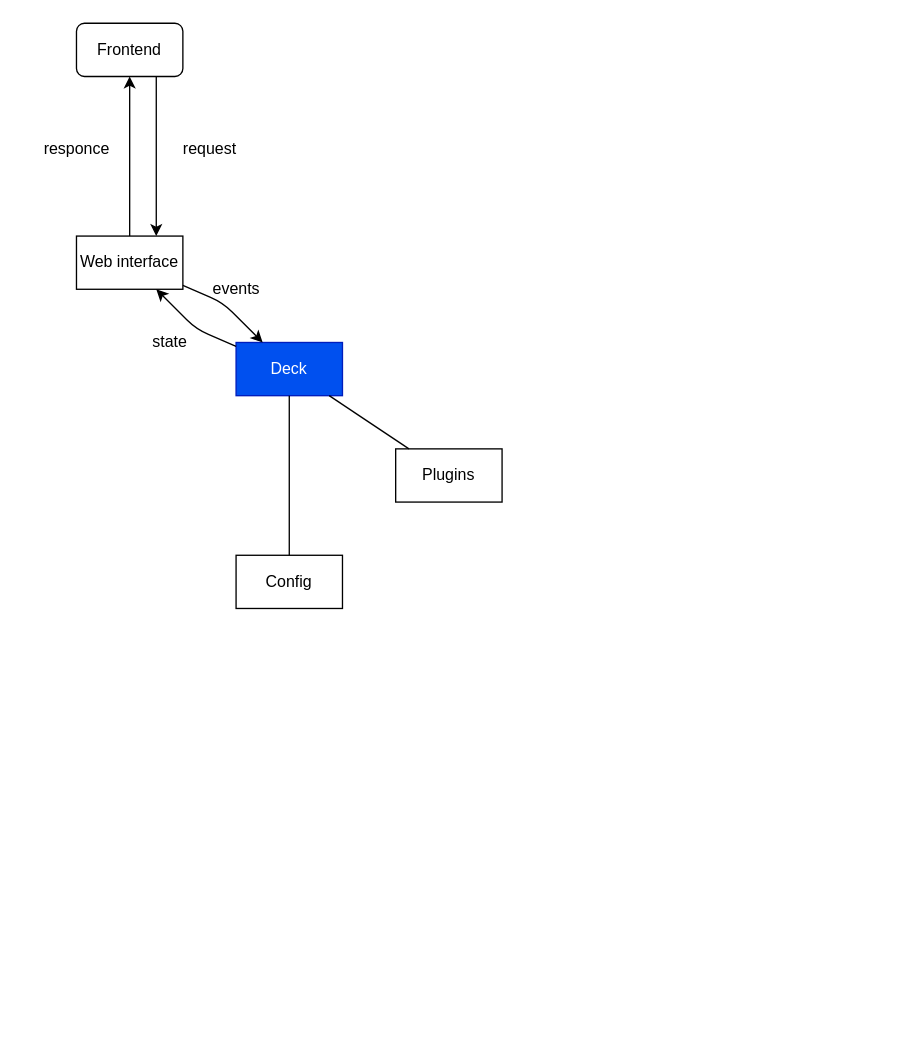
This is docs/scheme.drawio from Virashu/PyDeck, a draw.io file, before an edit. Source tidied: cells renumbered, new cells numbered last; positions are measured from the earlier drawing's top-left corner, leaving out a move shared by most shapes. Both pictures are drawn from the tidied source at 133%, with x=0, y=0 at pixel (29, 23).
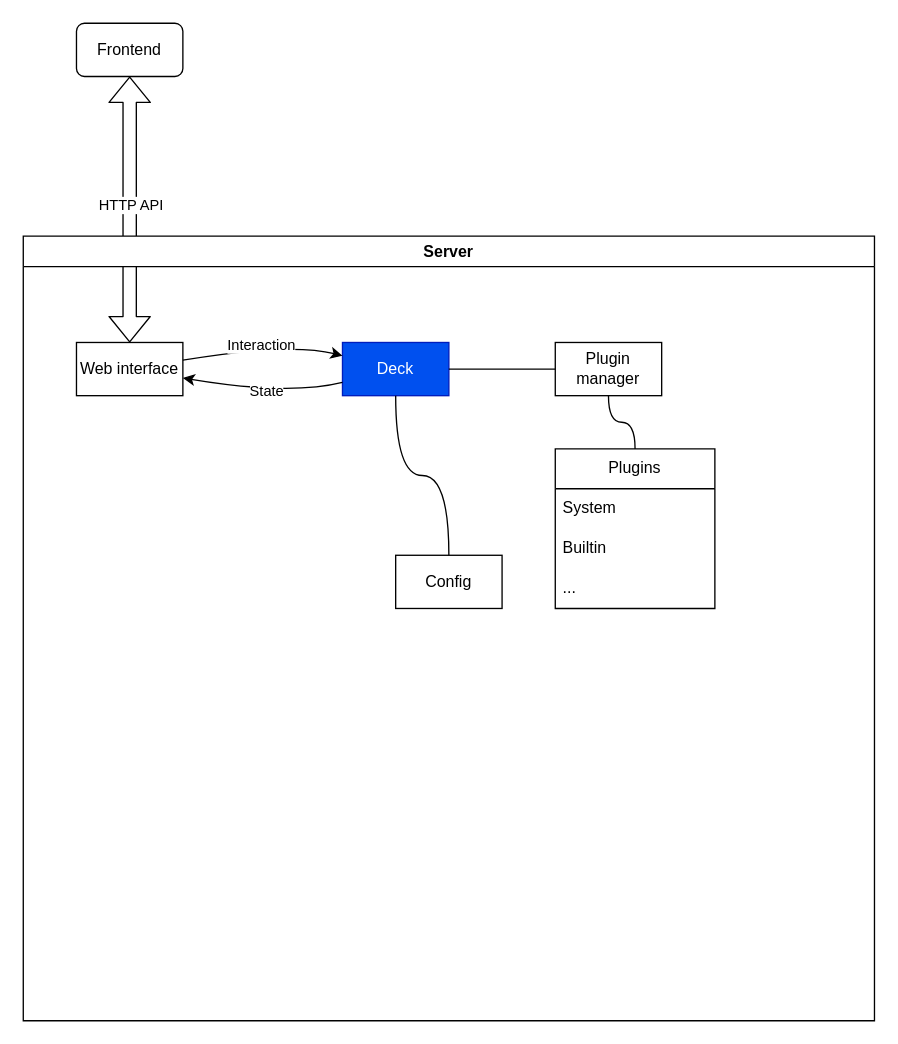
After the change.

Change to the diagram source:
```diff
@@
+    <mxCell id="6" value="Frontend" style="rounded=1;whiteSpace=wrap;html=1;" parent="1" vertex="1">
+      <mxGeometry x="35" width="80" height="40" as="geometry" />
+    </mxCell>
+    <mxCell id="10" style="shape=flexArrow;endArrow=classic;startArrow=classic;html=1;curved=1;" parent="1" edge="1" source="5" target="6">
+      <mxGeometry relative="1" as="geometry" />
+    </mxCell>
+    <mxCell id="17" value="HTTP API" style="edgeLabel;html=1;align=center;verticalAlign=middle;" parent="10" vertex="1">
+      <mxGeometry x="0.21" y="6" relative="1" as="geometry">
+        <mxPoint x="6" y="17" as="offset" />
+      </mxGeometry>
+    </mxCell>
+    <mxCell id="18" value="Server" style="swimlane;whiteSpace=wrap;html=1;" parent="1" vertex="1">
+      <mxGeometry x="-5" y="160" width="640" height="590" as="geometry" />
+    </mxCell>
-    <mxCell id="2" value="Deck" style="whiteSpace=wrap;html=1;rounded=0;glass=0;shadow=0;fillColor=#0050ef;fontColor=#ffffff;strokeColor=#001DBC;" parent="1" vertex="1">
-      <mxGeometry x="155" y="240" width="80" height="40" as="geometry" />
+    <mxCell id="2" value="Deck" style="whiteSpace=wrap;html=1;rounded=0;glass=0;shadow=0;fillColor=#0050ef;fontColor=#ffffff;strokeColor=#001DBC;" parent="18" vertex="1">
+      <mxGeometry x="240" y="80" width="80" height="40" as="geometry" />
     </mxCell>
-    <mxCell id="3" value="Plugins" style="whiteSpace=wrap;html=1;" parent="1" vertex="1">
-      <mxGeometry x="275" y="320" width="80" height="40" as="geometry" />
+    <mxCell id="3" value="Plugin manager" style="whiteSpace=wrap;html=1;" parent="18" vertex="1">
+      <mxGeometry x="400" y="80" width="80" height="40" as="geometry" />
     </mxCell>
+    <mxCell id="8" style="edgeStyle=orthogonalEdgeStyle;jettySize=auto;html=1;endArrow=none;endFill=0;curved=1;" parent="18" edge="1" source="2" target="3">
+      <mxGeometry relative="1" as="geometry" />
+    </mxCell>
-    <mxCell id="4" value="Config" style="whiteSpace=wrap;html=1;" parent="1" vertex="1">
-      <mxGeometry x="155" y="400" width="80" height="40" as="geometry" />
+    <mxCell id="4" value="Config" style="whiteSpace=wrap;html=1;" parent="18" vertex="1">
+      <mxGeometry x="280" y="240" width="80" height="40" as="geometry" />
     </mxCell>
+    <mxCell id="7" style="edgeStyle=orthogonalEdgeStyle;jettySize=auto;html=1;endArrow=none;endFill=0;curved=1;" parent="18" edge="1" source="4" target="2">
+      <mxGeometry relative="1" as="geometry" />
+    </mxCell>
-    <mxCell id="5" value="Web interface" style="whiteSpace=wrap;html=1;" parent="1" vertex="1">
-      <mxGeometry x="35" y="160" width="80" height="40" as="geometry" />
+    <mxCell id="5" value="Web interface" style="whiteSpace=wrap;html=1;" parent="18" vertex="1">
+      <mxGeometry x="40" y="80" width="80" height="40" as="geometry" />
     </mxCell>
-    <mxCell id="6" value="Frontend" style="rounded=1;whiteSpace=wrap;html=1;" parent="1" vertex="1">
-      <mxGeometry x="35" width="80" height="40" as="geometry" />
-    </mxCell>
-    <mxCell id="7" style="edgeStyle=none;jettySize=auto;html=1;endArrow=none;endFill=0;" parent="1" edge="1" source="4" target="2">
-      <mxGeometry relative="1" as="geometry" />
-    </mxCell>
-    <mxCell id="8" style="edgeStyle=none;jettySize=auto;html=1;endArrow=none;endFill=0;" parent="1" edge="1" source="2" target="3">
-      <mxGeometry relative="1" as="geometry" />
-    </mxCell>
-    <mxCell id="9" style="endArrow=classic;html=1;exitX=0.75;exitY=1;exitDx=0;exitDy=0;entryX=0.75;entryY=0;entryDx=0;entryDy=0;" parent="1" edge="1" source="6" target="5">
-      <mxGeometry relative="1" as="geometry" />
-    </mxCell>
-    <mxCell id="10" style="endArrow=classic;html=1;exitX=0.5;exitY=0;exitDx=0;exitDy=0;entryX=0.5;entryY=1;entryDx=0;entryDy=0;" parent="1" edge="1" source="5" target="6">
-      <mxGeometry relative="1" as="geometry" />
-    </mxCell>
-    <mxCell id="11" value="request" style="text;html=1;align=center;verticalAlign=middle;strokeColor=none;fillColor=none;" parent="1" vertex="1">
-      <mxGeometry x="105" y="80" width="60" height="30" as="geometry" />
-    </mxCell>
-    <mxCell id="12" value="responce" style="text;html=1;align=center;verticalAlign=middle;strokeColor=none;fillColor=none;" parent="1" vertex="1">
-      <mxGeometry y="80" width="70" height="30" as="geometry" />
-    </mxCell>
+    <mxCell id="19" value="Plugins" style="swimlane;fontStyle=0;horizontal=1;startSize=30;whiteSpace=wrap;html=1;" parent="18" vertex="1">
+      <mxGeometry x="400" y="160" width="120" height="120" as="geometry" />
+    </mxCell>
+    <mxCell id="20" value="System" style="text;strokeColor=none;fillColor=none;align=left;verticalAlign=middle;spacingLeft=4;spacingRight=4;overflow=hidden;whiteSpace=wrap;html=1;" parent="19" vertex="1">
+      <mxGeometry y="30" width="120" height="30" as="geometry" />
+    </mxCell>
+    <mxCell id="21" value="Builtin" style="text;strokeColor=none;fillColor=none;align=left;verticalAlign=middle;spacingLeft=4;spacingRight=4;overflow=hidden;whiteSpace=wrap;html=1;" parent="19" vertex="1">
+      <mxGeometry y="60" width="120" height="30" as="geometry" />
+    </mxCell>
+    <mxCell id="22" value="..." style="text;strokeColor=none;fillColor=none;align=left;verticalAlign=middle;spacingLeft=4;spacingRight=4;overflow=hidden;whiteSpace=wrap;html=1;" parent="19" vertex="1">
+      <mxGeometry y="90" width="120" height="30" as="geometry" />
+    </mxCell>
+    <mxCell id="23" style="edgeStyle=orthogonalEdgeStyle;jettySize=auto;html=1;endArrow=none;endFill=0;curved=1;" parent="18" edge="1" source="19" target="3">
+      <mxGeometry relative="1" as="geometry" />
+    </mxCell>
+    <mxCell id="14" style="endArrow=classic;html=1;curved=1;" parent="18" edge="1" source="2" target="5">
+      <mxGeometry relative="1" as="geometry">
+        <Array as="points">
+          <mxPoint x="200" y="120" />
+        </Array>
+      </mxGeometry>
+    </mxCell>
+    <mxCell id="24" value="State" style="edgeLabel;html=1;align=center;verticalAlign=middle;" parent="14" vertex="1">
+      <mxGeometry x="0.1" y="-5" relative="1" as="geometry">
+        <mxPoint x="7" y="6" as="offset" />
+      </mxGeometry>
+    </mxCell>
-    <mxCell id="13" style="endArrow=classic;html=1;" parent="1" edge="1" source="5" target="2">
+    <mxCell id="13" style="endArrow=classic;html=1;curved=1;" parent="18" edge="1" source="5" target="2">
       <mxGeometry relative="1" as="geometry">
         <Array as="points">
-          <mxPoint x="145" y="210" />
+          <mxPoint x="200" y="80" />
         </Array>
       </mxGeometry>
     </mxCell>
-    <mxCell id="14" style="endArrow=classic;html=1;" parent="1" edge="1" source="2" target="5">
-      <mxGeometry relative="1" as="geometry">
-        <Array as="points">
-          <mxPoint x="125" y="230" />
-        </Array>
-      </mxGeometry>
-    </mxCell>
-    <mxCell id="15" value="events" style="text;html=1;align=center;verticalAlign=middle;strokeColor=none;fillColor=none;" parent="1" vertex="1">
-      <mxGeometry x="125" y="185" width="60" height="30" as="geometry" />
-    </mxCell>
-    <mxCell id="16" value="state" style="text;html=1;align=center;verticalAlign=middle;strokeColor=none;fillColor=none;" parent="1" vertex="1">
-      <mxGeometry x="80" y="225" width="50" height="30" as="geometry" />
-    </mxCell>
+    <mxCell id="25" value="Interaction" style="edgeLabel;html=1;align=center;verticalAlign=middle;" parent="13" vertex="1">
+      <mxGeometry x="0.09" y="2" relative="1" as="geometry">
+        <mxPoint x="-7" y="1" as="offset" />
+      </mxGeometry>
+    </mxCell>
```
